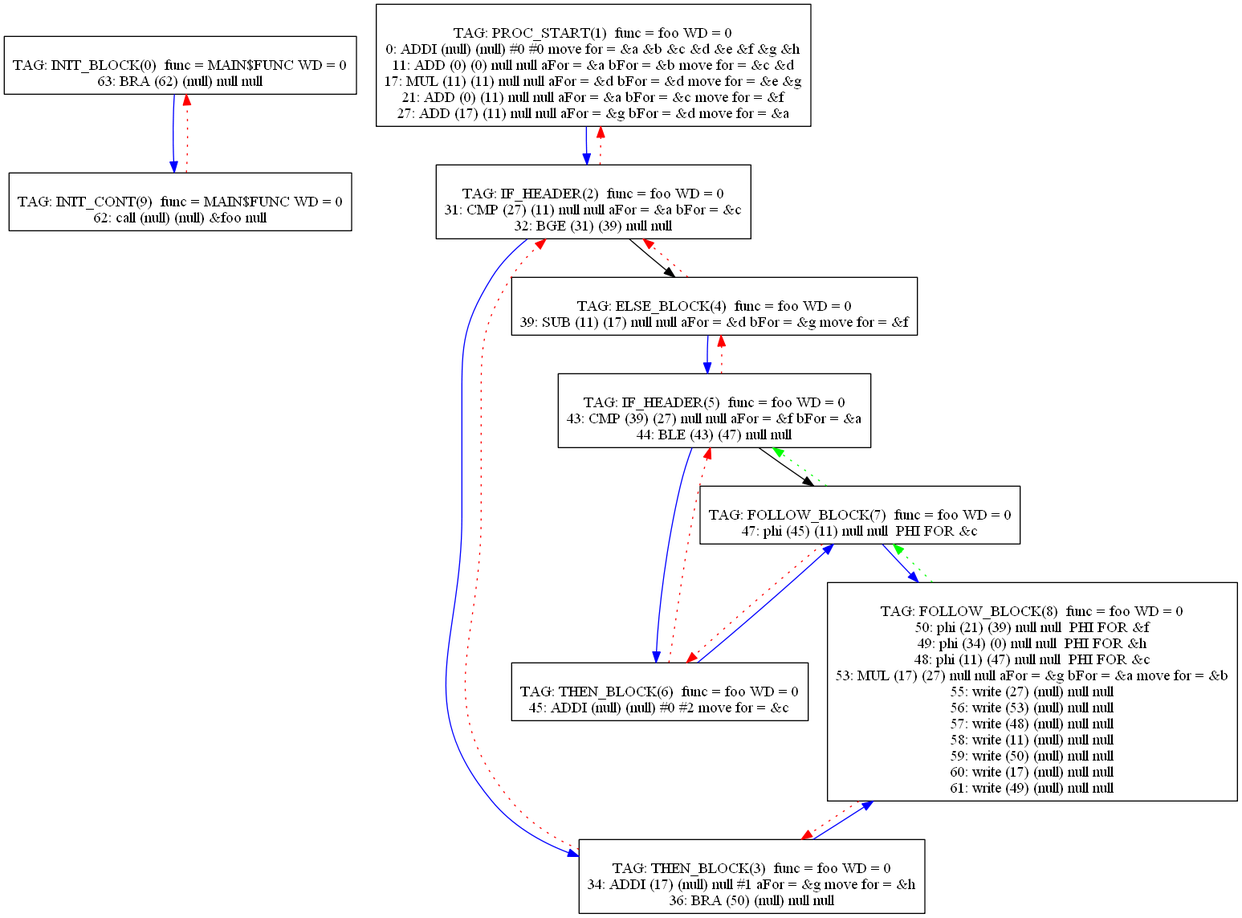
Before: Compiler/18graph.png, a diagram exported from Graphviz (mbajaj92/Project-Astoria). Its source is kept beside it as Compiler/18graph.dot.
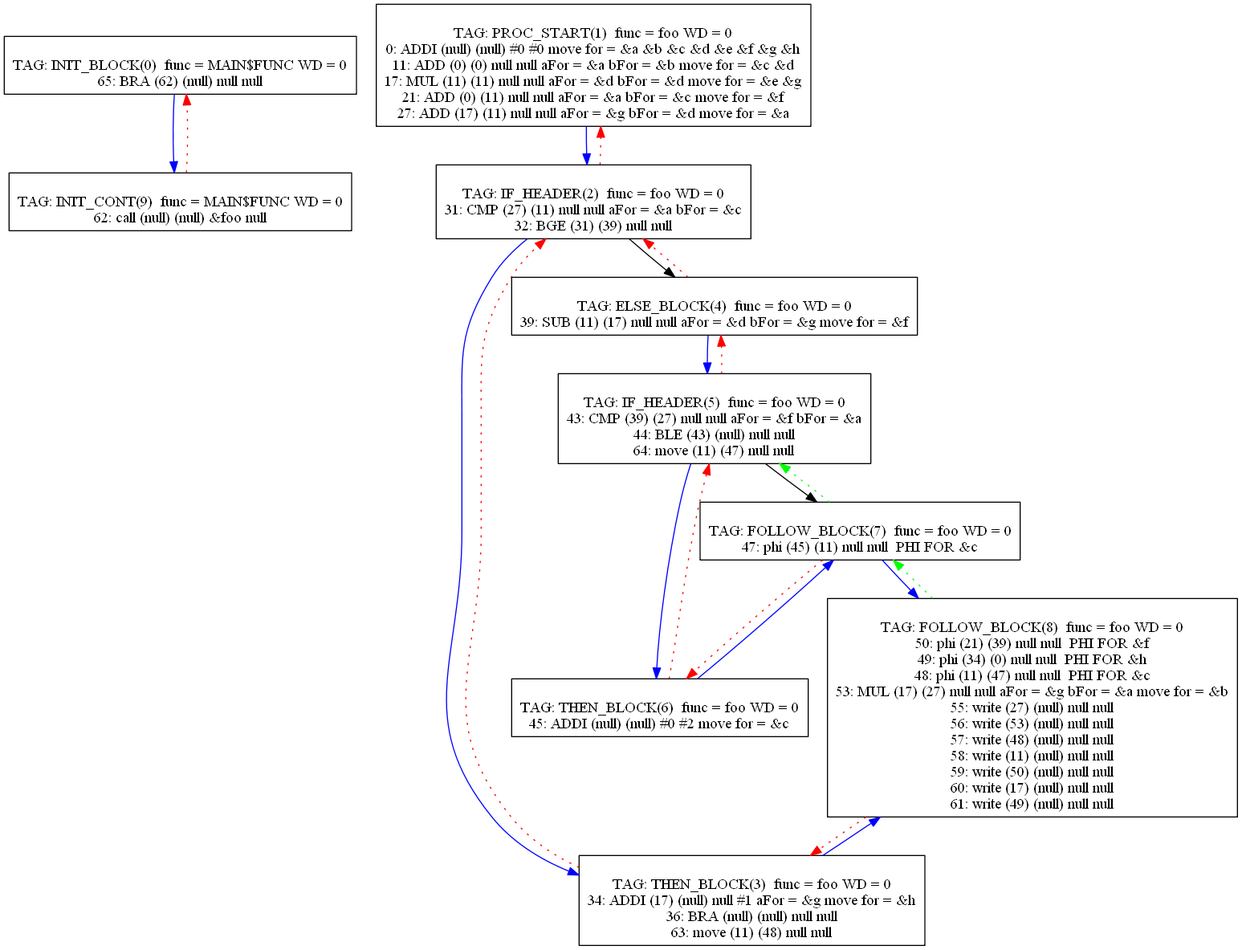
The same file after the commit.

The edit, as a diff of the source:
```diff
@@ -1,7 +1,7 @@
 digraph {
 0[label="
 TAG: INIT_BLOCK(0)  func = MAIN$FUNC WD = 0
-63: BRA (62) (null) null null
+65: BRA (62) (null) null null
 "];
 0[shape=box];
 0 -> 9[color=blue]
@@ -27,7 +27,8 @@
 3[label="
 TAG: THEN_BLOCK(3)  func = foo WD = 0
 34: ADDI (17) (null) null #1 aFor = &g move for = &h
-36: BRA (50) (null) null null
+36: BRA (null) (null) null null
+63: move (11) (48) null null
 "];
 3[shape=box];
 3 -> 8[color=blue]
@@ -42,7 +43,8 @@
 5[label="
 TAG: IF_HEADER(5)  func = foo WD = 0
 43: CMP (39) (27) null null aFor = &f bFor = &a
-44: BLE (43) (47) null null
+44: BLE (43) (null) null null
+64: move (11) (47) null null
 "];
 5[shape=box];
 5 -> 6[color=blue]
```
